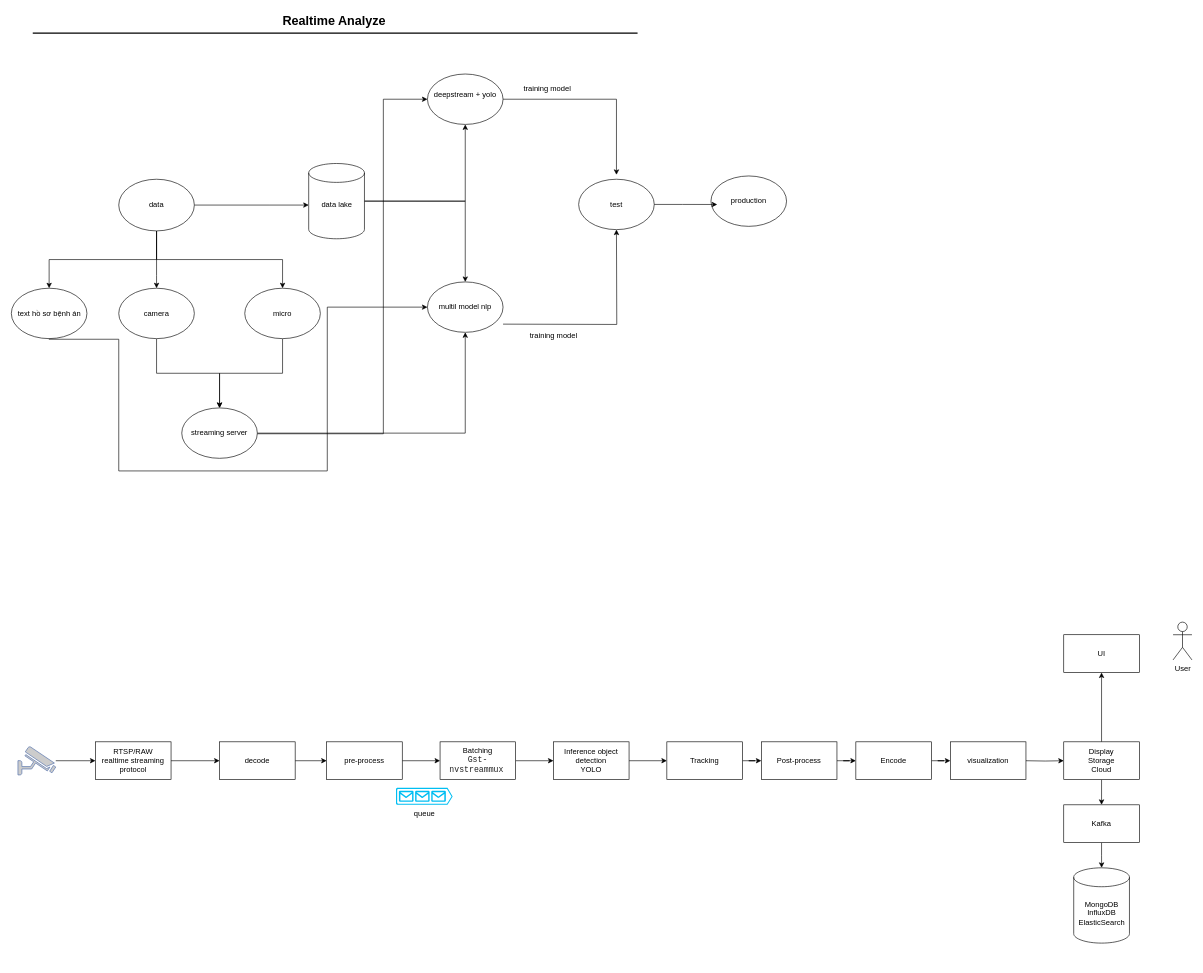
Earlier version of the draw.io diagram Biểu đồ không có tiêu đề.drawio (BachNguyen02122004/oopProject). Source tidied: cells renumbered, new cells numbered last; positions are measured from the earlier drawing's top-left corner, leaving out a move shared by most shapes. Both pictures are drawn from the tidied source at 63%, with x=0, y=0 at pixel (11, 11).
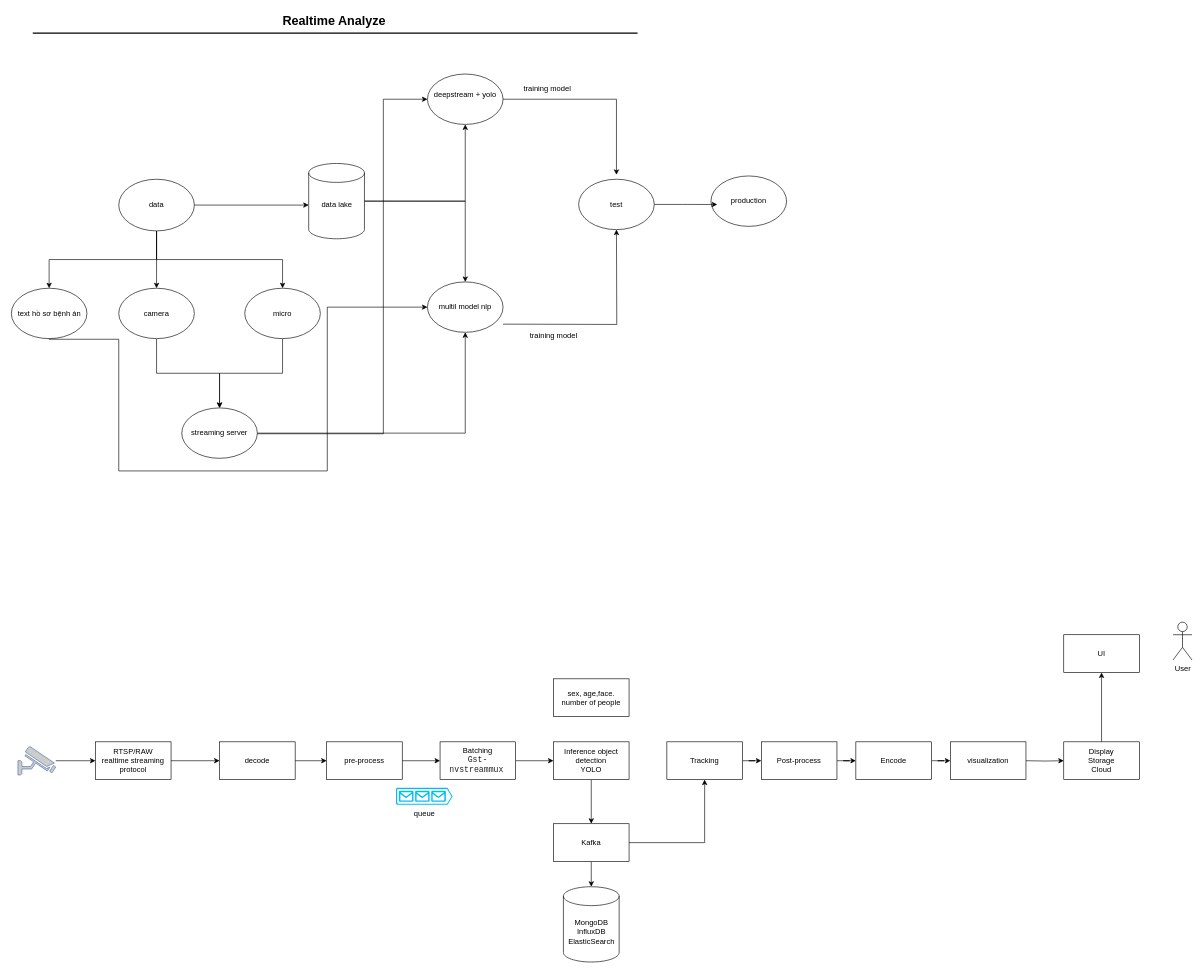
The same diagram, later.

Unchanged cells that the change refers to:
```xml
<mxCell id="41" value="Tracking" style="rounded=0;whiteSpace=wrap;html=1;" parent="1" vertex="1">
  <mxGeometry x="1040" y="1160" width="120" height="60" as="geometry" />
</mxCell>
<mxCell id="46" value="Display&lt;div&gt;Storage&lt;/div&gt;&lt;div&gt;Cloud&lt;/div&gt;" style="rounded=0;whiteSpace=wrap;html=1;" parent="1" vertex="1">
  <mxGeometry x="1670" y="1160" width="120" height="60" as="geometry" />
</mxCell>
<mxCell id="51" value="Inference object detection&lt;div&gt;YOLO&lt;/div&gt;" style="rounded=0;whiteSpace=wrap;html=1;" parent="1" vertex="1">
  <mxGeometry x="860" y="1160" width="120" height="60" as="geometry" />
</mxCell>
```

The edit, as a diff of the source:
```diff
@@
-    <mxCell id="44" style="edgeStyle=orthogonalEdgeStyle;rounded=0;jettySize=auto;html=1;" parent="1" edge="1" source="46" target="53">
-      <mxGeometry relative="1" as="geometry" />
-    </mxCell>
@@
     <mxCell id="47" value="MongoDB&lt;div&gt;InfluxDB&lt;/div&gt;&lt;div&gt;ElasticSearch&lt;/div&gt;" style="shape=cylinder3;whiteSpace=wrap;html=1;boundedLbl=1;backgroundOutline=1;size=15;labelBackgroundColor=none;direction=east;" parent="1" vertex="1">
-      <mxGeometry x="1685.8" y="1360" width="88.5" height="119.5" as="geometry" />
+      <mxGeometry x="875.8" y="1390" width="88.5" height="119.5" as="geometry" />
     </mxCell>
@@
-    <mxCell id="50" style="edgeStyle=orthogonalEdgeStyle;rounded=0;jettySize=auto;html=1;" parent="1" edge="1" source="51" target="41">
-      <mxGeometry relative="1" as="geometry" />
-    </mxCell>
+    <mxCell id="60" style="edgeStyle=orthogonalEdgeStyle;rounded=0;jettySize=auto;html=1;" parent="1" edge="1" source="51" target="53">
+      <mxGeometry relative="1" as="geometry" />
+    </mxCell>
@@
     <mxCell id="53" value="Kafka" style="rounded=0;whiteSpace=wrap;html=1;" parent="1" vertex="1">
-      <mxGeometry x="1670" y="1260" width="120" height="60" as="geometry" />
+      <mxGeometry x="860" y="1290" width="120" height="60" as="geometry" />
     </mxCell>
@@
+    <mxCell id="61" value="sex, age,face. number of people" style="rounded=0;whiteSpace=wrap;html=1;" parent="1" vertex="1">
+      <mxGeometry x="860" y="1060" width="120" height="60" as="geometry" />
+    </mxCell>
+    <mxCell id="62" style="endArrow=classic;html=1;rounded=0;exitX=1;exitY=0.5;exitDx=0;exitDy=0;entryX=0.5;entryY=1;entryDx=0;entryDy=0;" parent="1" edge="1" source="53" target="41">
+      <mxGeometry relative="1" as="geometry">
+        <Array as="points">
+          <mxPoint x="1100" y="1320" />
+        </Array>
+      </mxGeometry>
+    </mxCell>
```
